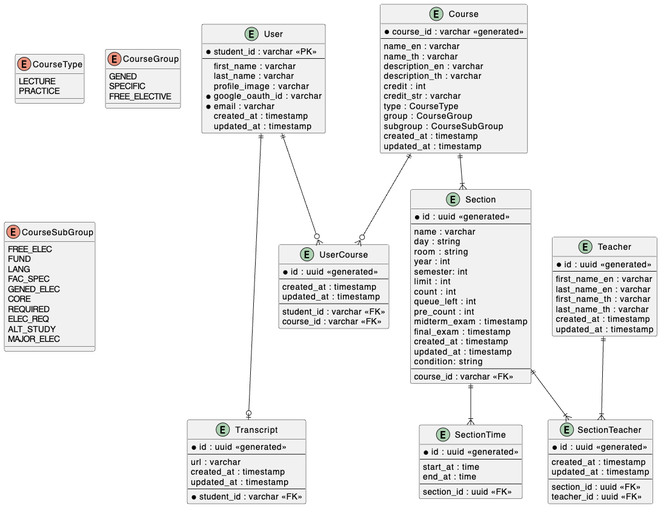
Before: er-diagram/er.png, a diagram exported from PlantUML (REG-Helper/REG-Helper-Solution). Its source is kept beside it as er-diagram/er.plantuml.
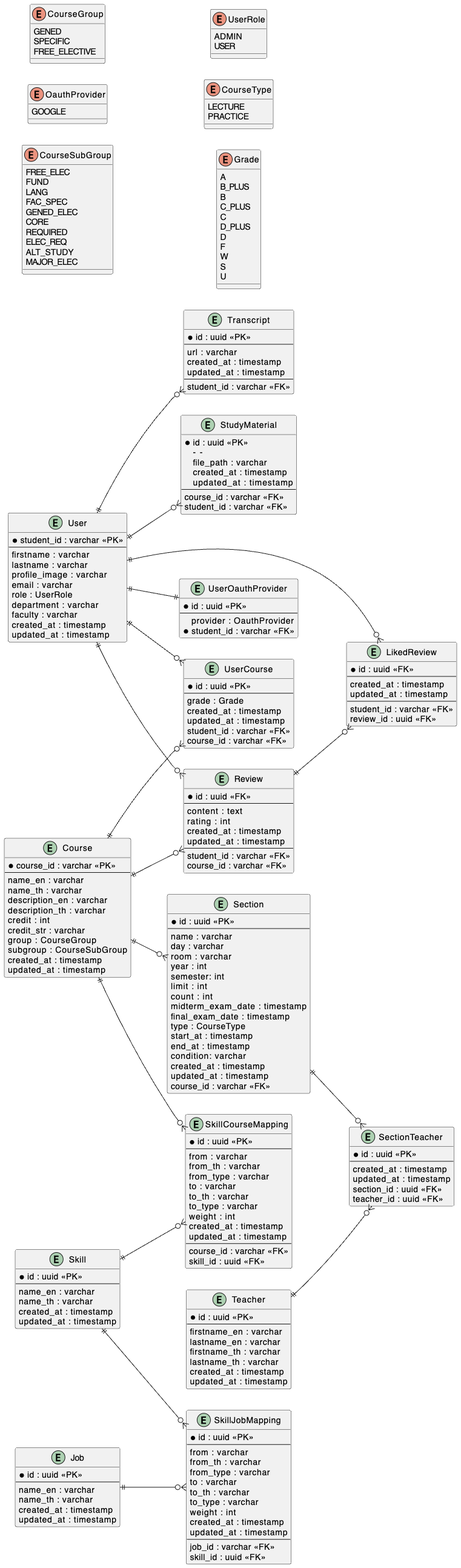
After the change.

Change to the diagram source:
```diff
@@ -1,29 +1,39 @@
 @startuml REG_Helper_ER
+left to right direction
 
 entity User {
   * student_id : varchar <<PK>>
   --
-  first_name : varchar
-  last_name : varchar
+  firstname : varchar
+  lastname : varchar
   profile_image : varchar
-  * google_oauth_id : varchar
-  * email : varchar
+  email : varchar
+  role : UserRole
+  department : varchar
+  faculty : varchar
   created_at : timestamp
   updated_at : timestamp
 }
 
+entity UserOauthProvider {
+  * id : uuid <<PK>>
+  --
+  provider : OauthProvider
+  * student_id : varchar <<FK>>
+}
+
 entity Transcript {
-  * id : uuid <<generated>>
+  * id : uuid <<PK>>
   --
   url : varchar
   created_at : timestamp
   updated_at : timestamp
   --
-  * student_id : varchar <<FK>>
+  student_id : varchar <<FK>>
 }
 
 entity Course {
-  * course_id : varchar <<generated>>
+  * course_id : varchar <<PK>>
   --
   name_en : varchar
   name_th : varchar
@@ -31,7 +41,6 @@
   description_th : varchar
   credit : int
   credit_str : varchar
-  type : CourseType
   group : CourseGroup
   subgroup : CourseSubGroup
   created_at : timestamp
@@ -39,59 +48,91 @@
 }
 
 entity Section {
-  * id : uuid <<generated>>
+  * id : uuid <<PK>>
   --
   name : varchar
-  day : string
-  room : string
+  day : varchar
+  room : varchar
   year : int
   semester: int
   limit : int
   count : int
-  queue_left : int
-  pre_count : int
-  midterm_exam : timestamp
-  final_exam : timestamp
+  midterm_exam_date : timestamp
+  final_exam_date : timestamp
+  type : CourseType
+  start_at : timestamp
+  end_at : timestamp
+  condition: varchar
   created_at : timestamp
   updated_at : timestamp
-  condition: string
-  --
   course_id : varchar <<FK>>
 }
 
-entity SectionTime {
-  * id : uuid <<generated>>
+entity Teacher {
+  * id : uuid <<PK>>
   --
-  start_at : time
-  end_at : time
-  --
-  section_id : uuid <<FK>>
-}
-
-entity Teacher {
-  * id : uuid <<generated>>
-  --
-  first_name_en : varchar
-  last_name_en : varchar
-  first_name_th : varchar
-  last_name_th : varchar
+  firstname_en : varchar
+  lastname_en : varchar
+  firstname_th : varchar
+  lastname_th : varchar
   created_at : timestamp
   updated_at : timestamp
 }
 
 entity SectionTeacher {
-  * id : uuid <<generated>>
+  * id : uuid <<PK>>
   --
   created_at : timestamp
   updated_at : timestamp
-  --
   section_id : uuid <<FK>>
   teacher_id : uuid <<FK>>
 }
 
 entity UserCourse {
-  * id : uuid <<generated>>
+  * id : uuid <<PK>>
   --
+  grade : Grade
+  created_at : timestamp
+  updated_at : timestamp
+  student_id : varchar <<FK>>
+  course_id : varchar <<FK>>
+}
+
+entity Skill {
+  * id : uuid <<PK>>
+  --
+  name_en : varchar
+  name_th : varchar
+  created_at : timestamp
+  updated_at : timestamp
+}
+
+entity StudyMaterial {
+  * id : uuid <<PK>>
+  --
+  file_path : varchar
+  created_at : timestamp
+  updated_at :  timestamp
+  --
+  course_id : varchar <<FK>>
+  student_id : varchar <<FK>>
+}
+
+entity LikedReview {
+  * id : uuid <<FK>>
+  --
+  created_at : timestamp
+  updated_at : timestamp
+  --
+  student_id : varchar <<FK>>
+  review_id : uuid <<FK>>
+}
+
+entity Review {
+  * id : uuid <<FK>>
+  --
+  content : text
+  rating : int
   created_at : timestamp
   updated_at : timestamp
   --
@@ -99,15 +140,57 @@
   course_id : varchar <<FK>>
 }
 
-enum CourseType {
-  LECTURE
-  PRACTICE
+entity Job {
+  * id : uuid <<PK>>
+  --
+  name_en : varchar
+  name_th : varchar
+  created_at : timestamp
+  updated_at : timestamp
+}
+
+entity SkillJobMapping {
+  * id : uuid <<PK>>
+  --
+  from : varchar
+  from_th : varchar
+  from_type : varchar
+  to : varchar
+  to_th : varchar
+  to_type : varchar
+  weight : int
+  created_at : timestamp
+  updated_at : timestamp
+  --
+  job_id : varchar <<FK>>
+  skill_id : uuid <<FK>>
+}
+
+entity SkillCourseMapping {
+  * id : uuid <<PK>>
+  --
+  from : varchar
+  from_th : varchar
+  from_type : varchar
+  to : varchar
+  to_th : varchar
+  to_type : varchar
+  weight : int
+  created_at : timestamp
+  updated_at : timestamp
+  --
+  course_id : varchar <<FK>>
+  skill_id : uuid <<FK>>
 }
 
 enum CourseGroup {
   GENED
   SPECIFIC
   FREE_ELECTIVE
+}
+
+enum OauthProvider {
+  GOOGLE
 }
 
 enum CourseSubGroup {
@@ -123,12 +206,46 @@
   MAJOR_ELEC
 }
 
-User ||---o| Transcript
-Course ||--|{ Section
-Section ||--|{ SectionTeacher
-Section ||--|{ SectionTime
-Teacher ||--|{ SectionTeacher
+enum UserRole {
+  ADMIN
+  USER
+}
+
+enum CourseType {
+  LECTURE
+  PRACTICE
+}
+
+enum Grade {
+  A
+  B_PLUS
+  B
+  C_PLUS
+  C
+  D_PLUS
+  D
+  F
+  W
+  S
+  U
+}
+
+User ||--o{ Transcript
+User ||--|| UserOauthProvider
 User ||--o{ UserCourse
 Course ||--o{ UserCourse
+Course ||--o{ Section
+Course ||--o{ SkillCourseMapping
+Skill ||--o{ SkillCourseMapping
+Skill ||--o{ SkillJobMapping
+Job ||--o{ SkillJobMapping
+Section ||--o{ SectionTeacher
+Teacher ||--o{ SectionTeacher
+User ||--o{ Review
+User ||-o{ LikedReview
+Review ||--o{ LikedReview
+Course ||--o{ Review
+User ||--o{ StudyMaterial
+
 
 @enduml
```
